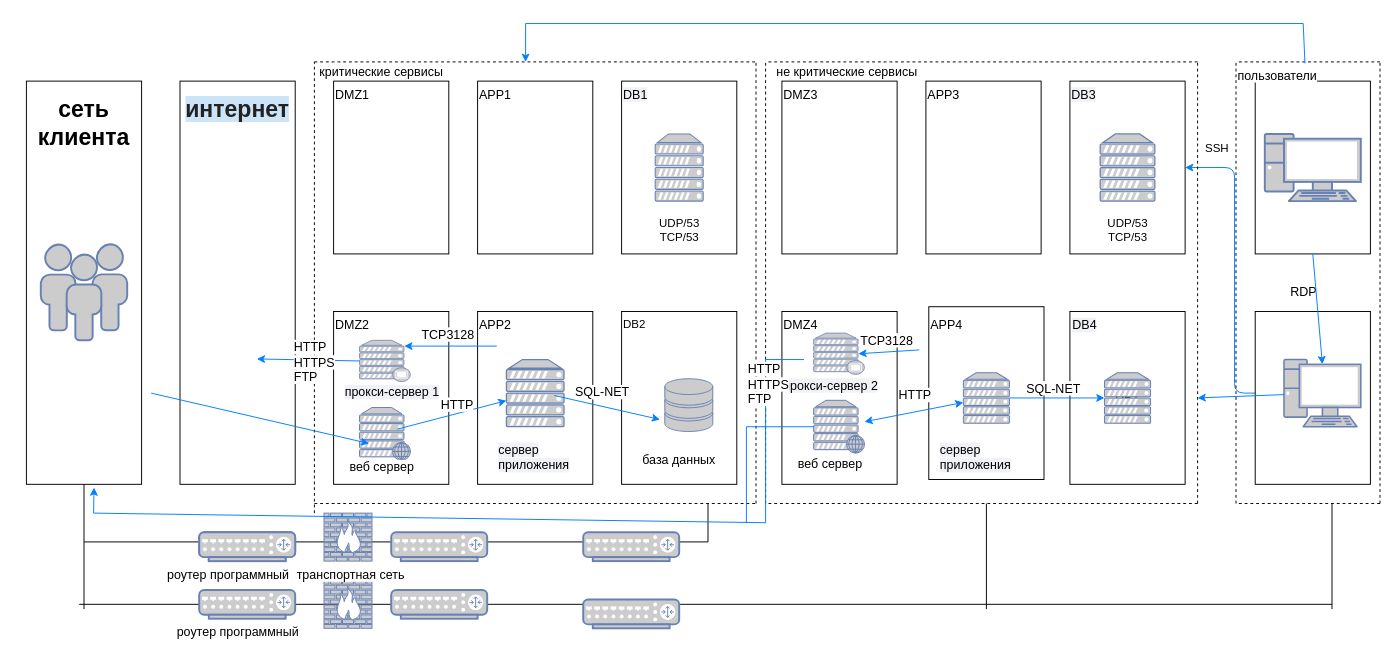
Earlier version of the draw.io diagram ШИФТ.drawio (KotFedot21/-_1). Source tidied: cells renumbered, new cells numbered last; positions are measured from the earlier drawing's top-left corner, leaving out a move shared by most shapes. Both pictures are drawn from the tidied source at 96%, with x=0, y=0 at pixel (16, 23).
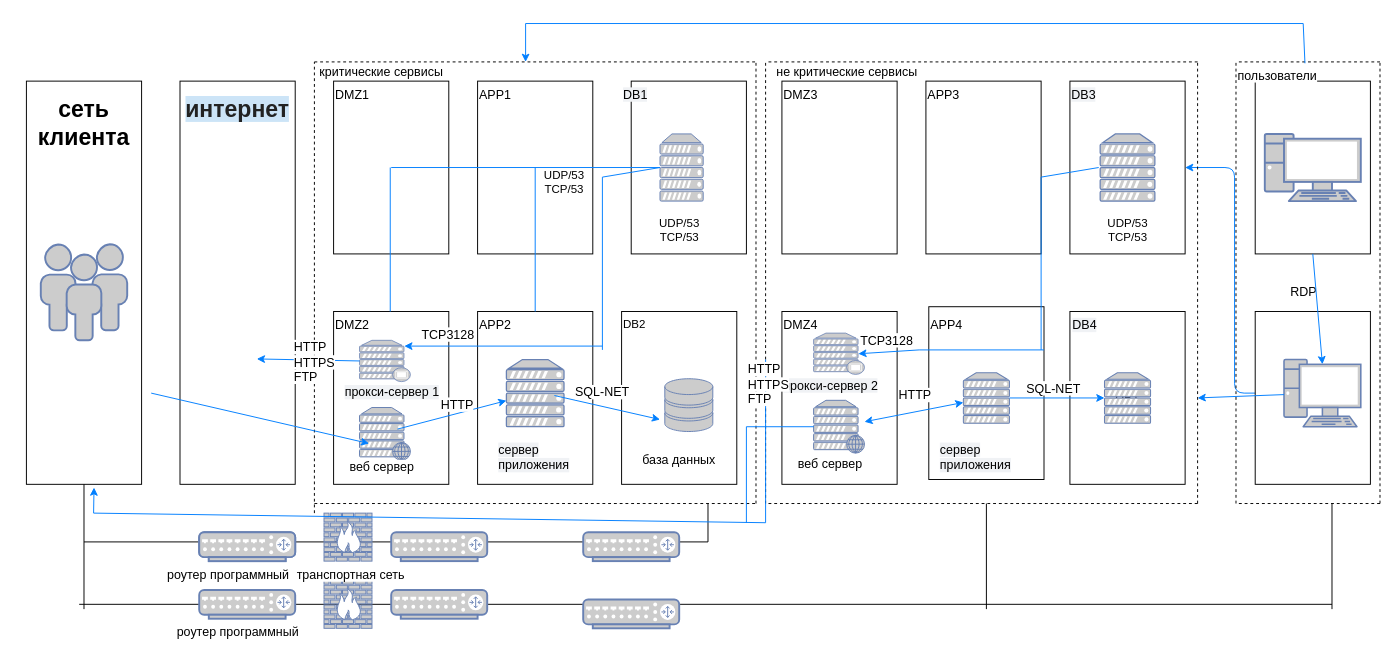
The same diagram, later.

The change refers to these unchanged cells:
```xml
<mxCell id="8" style="rounded=0;whiteSpace=wrap;html=1;" parent="1" vertex="1">
  <mxGeometry x="480" y="60" width="120" height="180" as="geometry" />
</mxCell>
<mxCell id="13" style="rounded=0;whiteSpace=wrap;html=1;" parent="1" vertex="1">
  <mxGeometry x="797" y="300" width="120" height="180" as="geometry" />
</mxCell>
<mxCell id="23" style="fontColor=#0066CC;verticalAlign=top;verticalLabelPosition=bottom;labelPosition=center;align=center;html=1;outlineConnect=0;fillColor=#CCCCCC;strokeColor=#6881B3;gradientColor=none;gradientDirection=north;strokeWidth=2;shape=mxgraph.networks.proxy_server;" parent="1" vertex="1">
  <mxGeometry x="357" y="330" width="53" height="43" as="geometry" />
</mxCell>
<mxCell id="66" value="&lt;span style=&quot;color: rgb(0 , 0 , 0) ; font-size: 13px ; font-style: normal ; font-weight: 400 ; letter-spacing: normal ; text-align: left ; text-indent: 0px ; text-transform: none ; word-spacing: 0px ; background-color: rgb(255 , 255 , 255) ; display: inline ; float: none&quot;&gt;APP2&lt;/span&gt;" style="text;whiteSpace=wrap;html=1;" parent="1" vertex="1">
  <mxGeometry x="480" y="300" width="60" height="30" as="geometry" />
</mxCell>
```

Change to the diagram source:
```diff
@@
     <mxCell id="9" style="rounded=0;whiteSpace=wrap;html=1;" parent="1" vertex="1">
-      <mxGeometry x="630" y="60" width="120" height="180" as="geometry" />
+      <mxGeometry x="640" y="60" width="120" height="180" as="geometry" />
     </mxCell>
@@
-    <mxCell id="89" style="endArrow=none;html=1;strokeColor=#007FFF;entryX=0.192;entryY=0.278;entryDx=0;entryDy=0;entryPerimeter=0;" parent="1" edge="1" target="13">
-      <mxGeometry relative="1" as="geometry">
-        <mxPoint x="780" y="350" as="sourcePoint" />
-      </mxGeometry>
-    </mxCell>
@@
     <mxCell id="102" style="endArrow=classic;html=1;strokeColor=#007FFF;entryX=0.88;entryY=0.14;entryDx=0;entryDy=0;entryPerimeter=0;" parent="1" edge="1" target="23">
       <mxGeometry relative="1" as="geometry">
-        <mxPoint x="500" y="336" as="sourcePoint" />
+        <mxPoint x="610" y="336" as="sourcePoint" />
       </mxGeometry>
     </mxCell>
@@
     <mxCell id="113" style="fontColor=#0066CC;verticalAlign=top;verticalLabelPosition=bottom;labelPosition=center;align=center;html=1;outlineConnect=0;fillColor=#CCCCCC;strokeColor=#6881B3;gradientColor=none;gradientDirection=north;strokeWidth=2;shape=mxgraph.networks.server;" parent="1" vertex="1">
-      <mxGeometry x="665" y="115" width="50" height="70" as="geometry" />
+      <mxGeometry x="670" y="115" width="45" height="70" as="geometry" />
     </mxCell>
-    <mxCell id="114" value="SSH" style="text;html=1;align=center;verticalAlign=middle;" parent="1" vertex="1">
-      <mxGeometry x="1230" y="120" width="40" height="20" as="geometry" />
-    </mxCell>
@@
+    <mxCell id="117" style="endArrow=none;html=1;strokeColor=#007FFF;" parent="1" edge="1">
+      <mxGeometry relative="1" as="geometry">
+        <mxPoint x="610" y="340" as="sourcePoint" />
+        <mxPoint x="610" y="160" as="targetPoint" />
+      </mxGeometry>
+    </mxCell>
+    <mxCell id="118" style="endArrow=none;html=1;strokeColor=#007FFF;entryX=0;entryY=0.5;entryDx=0;entryDy=0;entryPerimeter=0;" parent="1" edge="1" target="113">
+      <mxGeometry relative="1" as="geometry">
+        <mxPoint x="610" y="160" as="sourcePoint" />
+      </mxGeometry>
+    </mxCell>
+    <mxCell id="119" style="endArrow=none;html=1;strokeColor=#007FFF;exitX=1;exitY=0;exitDx=0;exitDy=0;entryX=0.5;entryY=0.5;entryDx=0;entryDy=0;entryPerimeter=0;" parent="1" edge="1" source="66" target="8">
+      <mxGeometry relative="1" as="geometry" />
+    </mxCell>
+    <mxCell id="120" style="endArrow=none;html=1;strokeColor=#007FFF;exitX=1;exitY=0;exitDx=0;exitDy=0;entryX=0.5;entryY=0.5;entryDx=0;entryDy=0;entryPerimeter=0;" parent="1" edge="1">
+      <mxGeometry relative="1" as="geometry">
+        <mxPoint x="389" y="300" as="sourcePoint" />
+        <mxPoint x="389" y="150" as="targetPoint" />
+      </mxGeometry>
+    </mxCell>
+    <mxCell id="121" style="endArrow=none;html=1;strokeColor=#007FFF;" parent="1" edge="1">
+      <mxGeometry relative="1" as="geometry">
+        <mxPoint x="390" y="150" as="sourcePoint" />
+        <mxPoint x="670" y="150" as="targetPoint" />
+      </mxGeometry>
+    </mxCell>
+    <mxCell id="122" value="UDP/53&lt;br&gt;TCP/53" style="text;html=1;align=center;verticalAlign=middle;" parent="1" vertex="1">
+      <mxGeometry x="540" y="150" width="60" height="30" as="geometry" />
+    </mxCell>
+    <mxCell id="123" style="endArrow=none;html=1;strokeColor=#007FFF;" parent="1" edge="1">
+      <mxGeometry relative="1" as="geometry">
+        <mxPoint x="1067" y="340" as="sourcePoint" />
+        <mxPoint x="1067" y="160" as="targetPoint" />
+      </mxGeometry>
+    </mxCell>
+    <mxCell id="124" style="endArrow=none;html=1;strokeColor=#007FFF;entryX=0;entryY=0.5;entryDx=0;entryDy=0;entryPerimeter=0;" parent="1" edge="1">
+      <mxGeometry relative="1" as="geometry">
+        <mxPoint x="1067" y="160" as="sourcePoint" />
+        <mxPoint x="1127" y="150" as="targetPoint" />
+      </mxGeometry>
+    </mxCell>
+    <mxCell id="125" style="endArrow=none;html=1;strokeColor=#007FFF;" parent="1" edge="1">
+      <mxGeometry relative="1" as="geometry">
+        <mxPoint x="940" y="340" as="sourcePoint" />
+        <mxPoint x="1070" y="340" as="targetPoint" />
+      </mxGeometry>
+    </mxCell>
```
